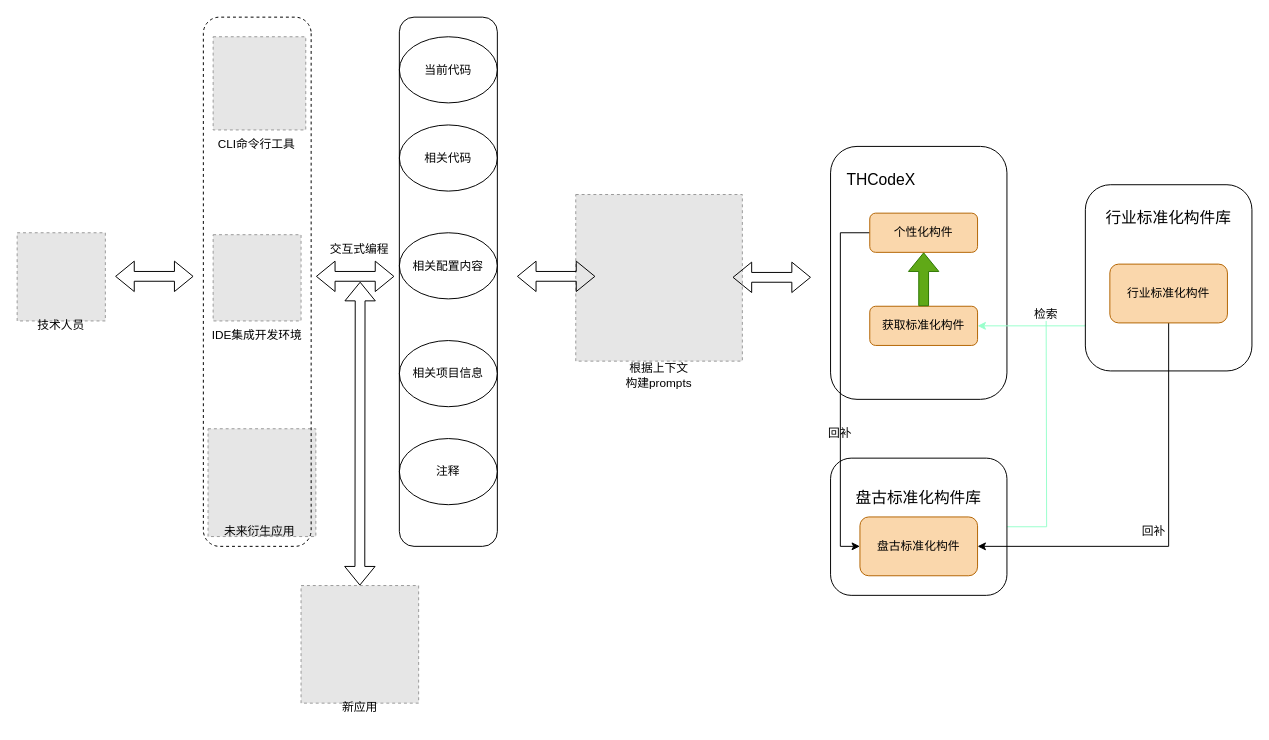
This is codex.drawio from xiaodehenlang/diagrams, a draw.io file, before an edit. Source tidied: cells renumbered, new cells numbered last; positions are measured from the earlier drawing's top-left corner, leaving out a move shared by most shapes. Both pictures are drawn from the tidied source at 98%, with x=0, y=0 at pixel (17, 17). Pictures stored in the file or linked from it are replaced by grey dashed boxes.
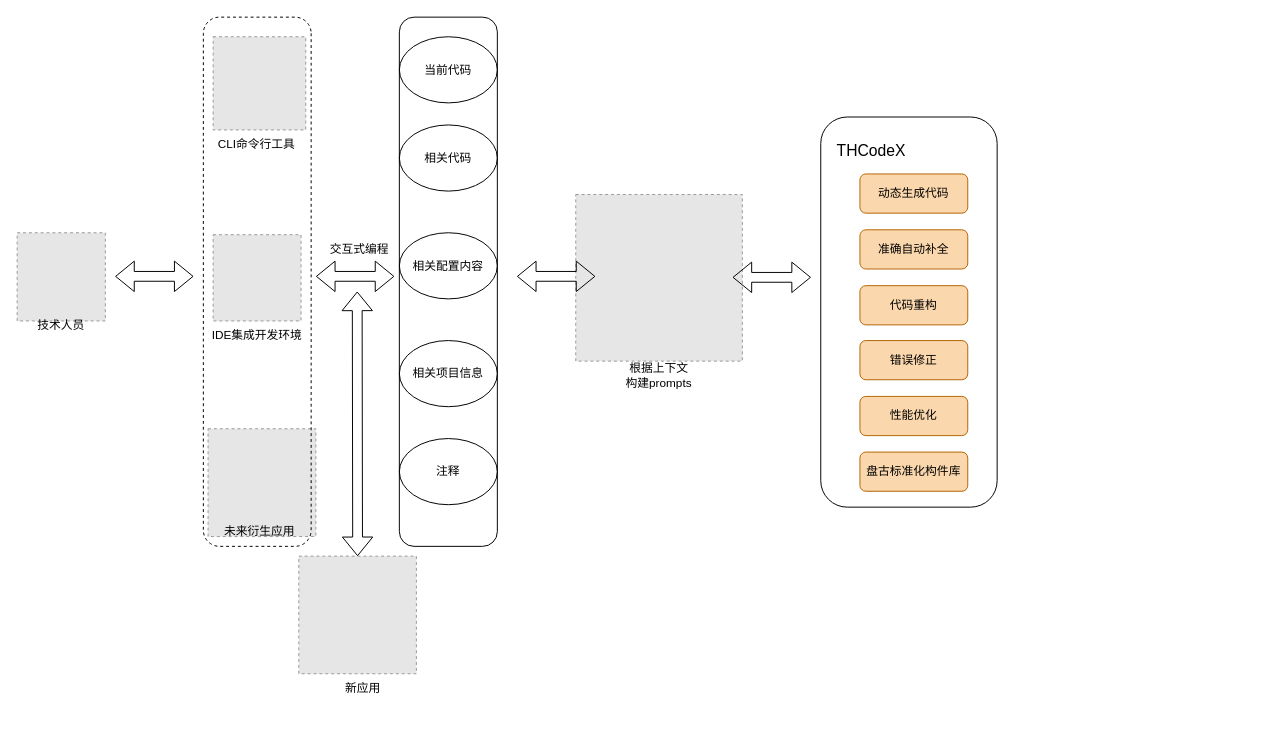
The same page after the edit.

Change to the diagram source:
```diff
@@
     <mxCell id="22" style="rounded=1;whiteSpace=wrap;html=1;fillColor=none;direction=south;" parent="1" vertex="1">
-      <mxGeometry x="830" y="131.9" width="180" height="258.1" as="geometry" />
+      <mxGeometry x="820" y="101.9" width="180" height="398.1" as="geometry" />
     </mxCell>
     <mxCell id="23" style="fillColor=#E6E6E6;strokeColor=#999999;dashed=1;verticalLabelPosition=bottom;labelBackgroundColor=default;verticalAlign=top;" parent="1" vertex="1">
-      <mxGeometry x="289.7" y="580" width="120" height="120" as="geometry" />
+      <mxGeometry x="287.4" y="550" width="120" height="120" as="geometry" />
     </mxCell>
     <mxCell id="24" style="shape=flexArrow;endArrow=classic;startArrow=classic;html=1;rounded=0;exitX=0.5;exitY=0;exitDx=0;exitDy=0;" parent="1" edge="1" source="23">
       <mxGeometry relative="1" as="geometry">
-        <mxPoint x="350" y="270" as="targetPoint" />
+        <mxPoint x="347" y="280" as="targetPoint" />
       </mxGeometry>
     </mxCell>
@@
     <mxCell id="26" value="新应用" style="text;html=1;strokeColor=none;fillColor=none;align=center;verticalAlign=middle;whiteSpace=wrap;rounded=0;" parent="1" vertex="1">
-      <mxGeometry x="319.7" y="690" width="60" height="30" as="geometry" />
+      <mxGeometry x="323.4" y="670" width="60" height="30" as="geometry" />
     </mxCell>
     <mxCell id="27" value="&lt;font style=&quot;font-size: 16px;&quot;&gt;THCodeX&lt;span style=&quot;white-space: pre;&quot;&gt;&#9;&lt;/span&gt;&lt;/font&gt;" style="text;html=1;strokeColor=none;fillColor=none;align=center;verticalAlign=middle;whiteSpace=wrap;rounded=0;" parent="1" vertex="1">
-      <mxGeometry x="870" y="151" width="60" height="30" as="geometry" />
+      <mxGeometry x="860" y="121" width="60" height="30" as="geometry" />
     </mxCell>
-    <mxCell id="28" style="edgeStyle=orthogonalEdgeStyle;rounded=0;jettySize=auto;html=1;exitX=0;exitY=0.5;exitDx=0;exitDy=0;entryX=0;entryY=0.5;entryDx=0;entryDy=0;" parent="1" edge="1" source="29" target="36">
-      <mxGeometry relative="1" as="geometry" />
-    </mxCell>
-    <mxCell id="29" value="个性化构件" style="rounded=1;whiteSpace=wrap;html=1;fillColor=#fad7ac;strokeColor=#b46504;" parent="1" vertex="1">
-      <mxGeometry x="870" y="200" width="110" height="40" as="geometry" />
+    <mxCell id="29" value="盘古标准化构件库" style="rounded=1;whiteSpace=wrap;html=1;fillColor=#fad7ac;strokeColor=#b46504;" parent="1" vertex="1">
+      <mxGeometry x="860" y="443.8" width="110" height="40" as="geometry" />
     </mxCell>
-    <mxCell id="30" value="获取标准化构件" style="rounded=1;whiteSpace=wrap;html=1;fillColor=#fad7ac;strokeColor=#b46504;" parent="1" vertex="1">
-      <mxGeometry x="870" y="295" width="110" height="40" as="geometry" />
+    <mxCell id="30" value="动态生成代码" style="rounded=1;whiteSpace=wrap;html=1;fillColor=#fad7ac;strokeColor=#b46504;" parent="1" vertex="1">
+      <mxGeometry x="860" y="160" width="110" height="40" as="geometry" />
     </mxCell>
-    <mxCell id="31" style="shape=flexArrow;endArrow=classic;html=1;rounded=0;entryX=0.5;entryY=1;entryDx=0;entryDy=0;exitX=0.5;exitY=0;exitDx=0;exitDy=0;fillColor=#60a917;strokeColor=#2D7600;" parent="1" edge="1" source="30" target="29">
-      <mxGeometry relative="1" as="geometry" />
-    </mxCell>
@@
-    <mxCell id="33" style="edgeStyle=orthogonalEdgeStyle;rounded=0;jettySize=auto;html=1;exitX=1;exitY=0.5;exitDx=0;exitDy=0;endArrow=none;endFill=0;strokeColor=#99FFCC;" parent="1" edge="1" source="34">
-      <mxGeometry relative="1" as="geometry">
-        <mxPoint x="1050" y="310" as="targetPoint" />
-      </mxGeometry>
-    </mxCell>
-    <mxCell id="34" style="rounded=1;whiteSpace=wrap;html=1;fillColor=none;" parent="1" vertex="1">
-      <mxGeometry x="830" y="450" width="180" height="140" as="geometry" />
-    </mxCell>
-    <mxCell id="35" value="&lt;font style=&quot;font-size: 16px;&quot;&gt;盘古标准化构件库&lt;/font&gt;" style="text;html=1;strokeColor=none;fillColor=none;align=center;verticalAlign=middle;whiteSpace=wrap;rounded=0;" parent="1" vertex="1">
-      <mxGeometry x="855" y="470" width="130" height="40" as="geometry" />
-    </mxCell>
-    <mxCell id="36" value="盘古标准化构件" style="rounded=1;whiteSpace=wrap;html=1;fillColor=#fad7ac;strokeColor=#b46504;" parent="1" vertex="1">
-      <mxGeometry x="860" y="510" width="120" height="60" as="geometry" />
-    </mxCell>
-    <mxCell id="37" value="回补" style="text;html=1;strokeColor=none;fillColor=none;align=center;verticalAlign=middle;whiteSpace=wrap;rounded=0;" parent="1" vertex="1">
-      <mxGeometry x="810" y="410" width="60" height="30" as="geometry" />
-    </mxCell>
-    <mxCell id="38" style="edgeStyle=orthogonalEdgeStyle;rounded=0;jettySize=auto;html=1;exitX=0;exitY=0.75;exitDx=0;exitDy=0;entryX=1;entryY=0.5;entryDx=0;entryDy=0;strokeColor=#99FFCC;" parent="1" edge="1" source="39" target="30">
-      <mxGeometry relative="1" as="geometry">
-        <Array as="points">
-          <mxPoint x="1090" y="315" />
-        </Array>
-      </mxGeometry>
-    </mxCell>
-    <mxCell id="39" style="rounded=1;whiteSpace=wrap;html=1;fillColor=none;" parent="1" vertex="1">
-      <mxGeometry x="1090" y="171" width="170" height="190" as="geometry" />
-    </mxCell>
-    <mxCell id="40" value="&lt;font style=&quot;font-size: 16px;&quot;&gt;行业标准化构件库&lt;/font&gt;" style="text;html=1;strokeColor=none;fillColor=none;align=center;verticalAlign=middle;whiteSpace=wrap;rounded=0;" parent="1" vertex="1">
-      <mxGeometry x="1105" y="190" width="140" height="30" as="geometry" />
-    </mxCell>
-    <mxCell id="41" style="edgeStyle=orthogonalEdgeStyle;rounded=0;jettySize=auto;html=1;exitX=0.5;exitY=1;exitDx=0;exitDy=0;entryX=1;entryY=0.5;entryDx=0;entryDy=0;" parent="1" edge="1" source="42" target="36">
-      <mxGeometry relative="1" as="geometry" />
-    </mxCell>
-    <mxCell id="42" value="行业标准化构件" style="rounded=1;whiteSpace=wrap;html=1;fillColor=#fad7ac;strokeColor=#b46504;" parent="1" vertex="1">
-      <mxGeometry x="1115" y="252" width="120" height="60" as="geometry" />
-    </mxCell>
-    <mxCell id="43" value="回补" style="text;html=1;strokeColor=none;fillColor=none;align=center;verticalAlign=middle;whiteSpace=wrap;rounded=0;" parent="1" vertex="1">
-      <mxGeometry x="1130" y="510" width="60" height="30" as="geometry" />
-    </mxCell>
-    <mxCell id="44" value="检索" style="text;html=1;strokeColor=none;fillColor=none;align=center;verticalAlign=middle;whiteSpace=wrap;rounded=0;" parent="1" vertex="1">
-      <mxGeometry x="1020" y="287.5" width="60" height="30" as="geometry" />
-    </mxCell>
@@
+    <mxCell id="46" value="代码重构" style="rounded=1;whiteSpace=wrap;html=1;fillColor=#fad7ac;strokeColor=#b46504;" parent="1" vertex="1">
+      <mxGeometry x="860" y="274" width="110" height="40" as="geometry" />
+    </mxCell>
+    <mxCell id="47" value="准确自动补全" style="rounded=1;whiteSpace=wrap;html=1;fillColor=#fad7ac;strokeColor=#b46504;" parent="1" vertex="1">
+      <mxGeometry x="860" y="217" width="110" height="40" as="geometry" />
+    </mxCell>
+    <mxCell id="48" value="错误修正" style="rounded=1;whiteSpace=wrap;html=1;fillColor=#fad7ac;strokeColor=#b46504;" parent="1" vertex="1">
+      <mxGeometry x="860" y="330" width="110" height="40" as="geometry" />
+    </mxCell>
+    <mxCell id="49" value="性能优化" style="rounded=1;whiteSpace=wrap;html=1;fillColor=#fad7ac;strokeColor=#b46504;" parent="1" vertex="1">
+      <mxGeometry x="860" y="387" width="110" height="40" as="geometry" />
+    </mxCell>
```
